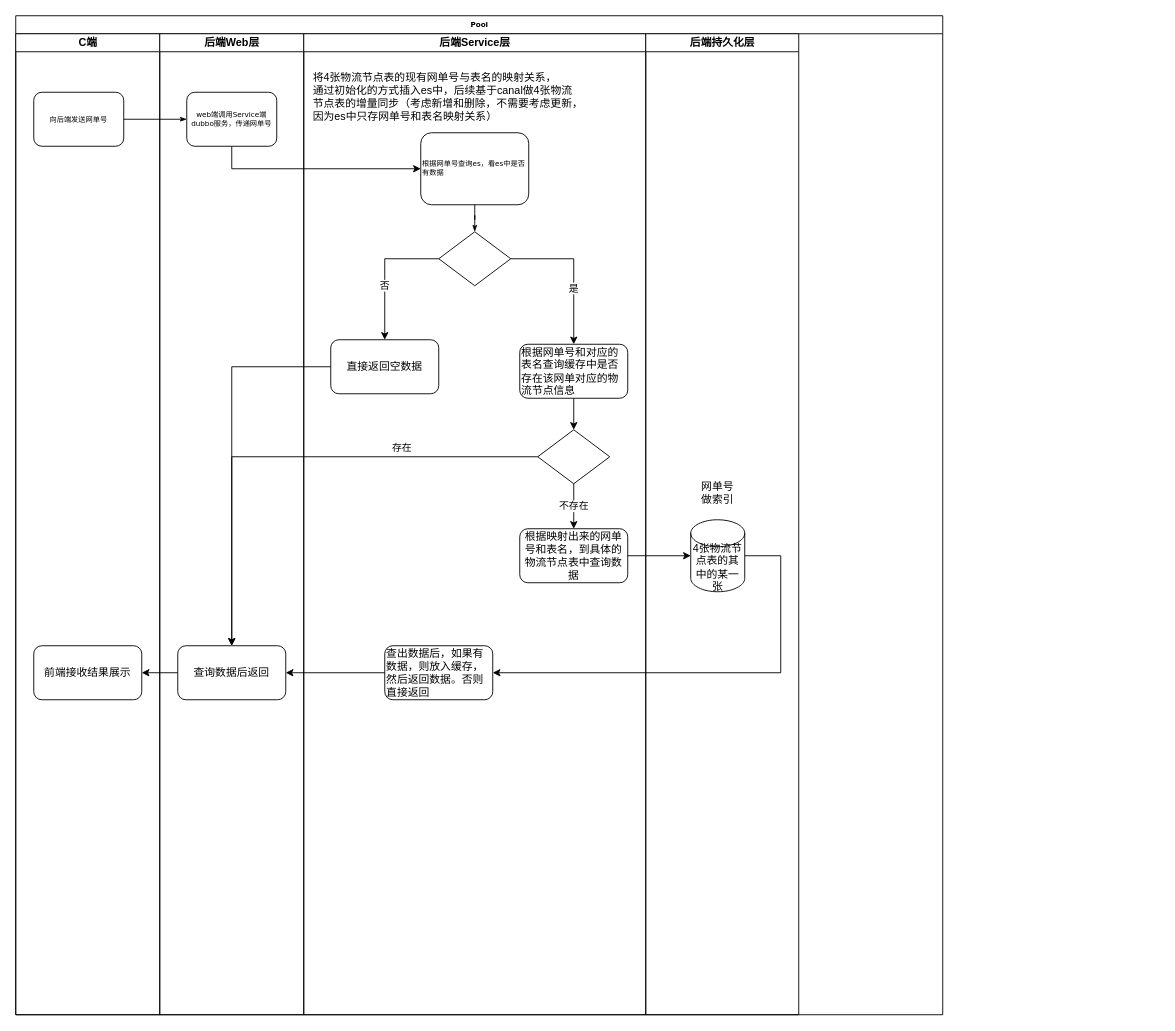
Above: shop/Untitled Diagram.drawio in pin062788/workflow-picture (draw.io), before the change. Source tidied: cells renumbered, new cells numbered last; positions are measured from the earlier drawing's top-left corner, leaving out a move shared by most shapes. Both pictures are drawn from the tidied source at 90%, with x=0, y=0 at pixel (15, 15).
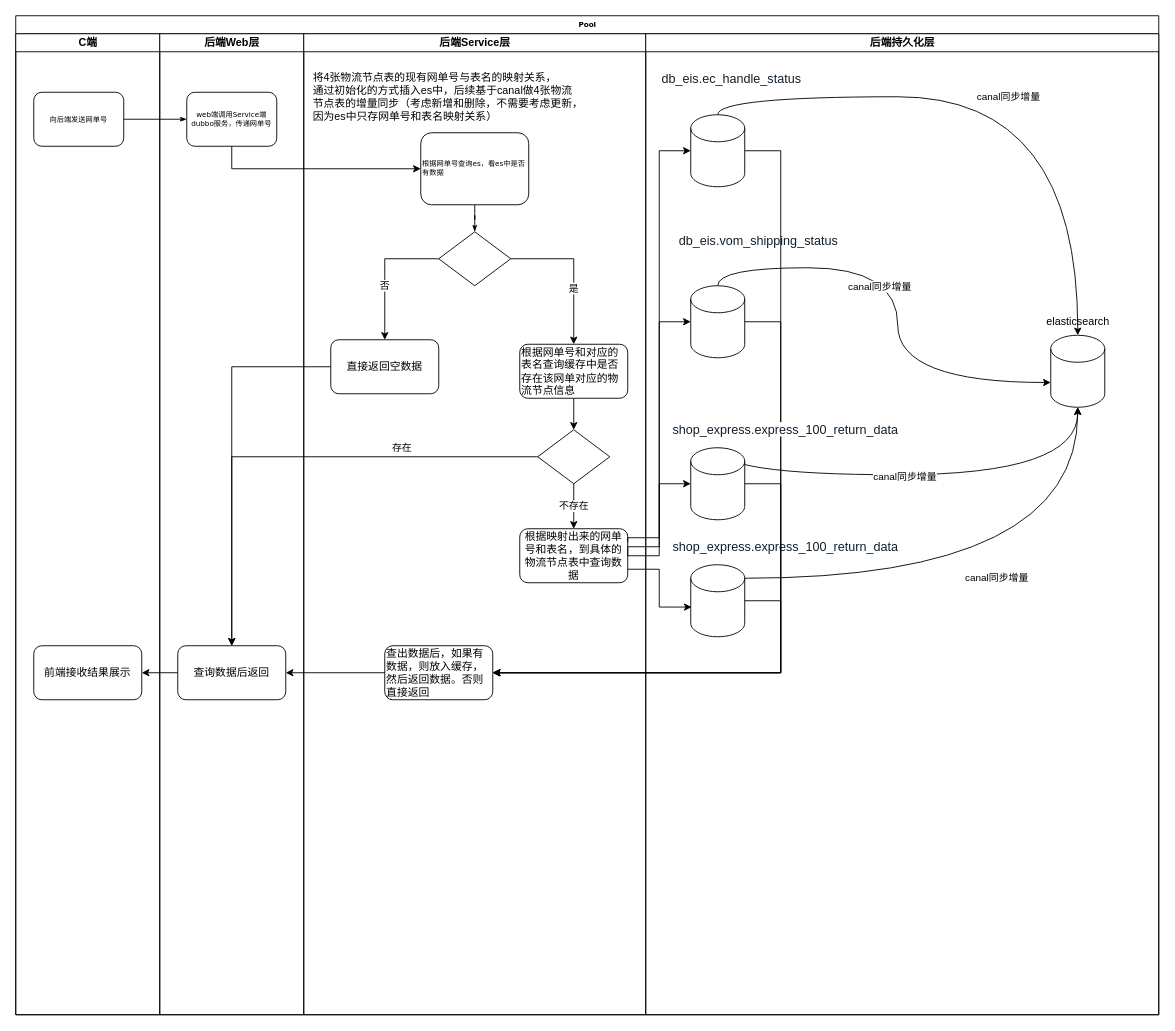
The same page after the edit.

Commit message:
增加搜索引擎同步图

The change refers to these unchanged cells:
```xml
<mxCell id="20" value="查出数据后，如果有数据，则放入缓存，然后返回数据。否则直接返回" style="rounded=1;whiteSpace=wrap;html=1;align=left;" parent="10" vertex="1">
  <mxGeometry x="90" y="680" width="120" height="60" as="geometry" />
</mxCell>
<mxCell id="21" value="&lt;span&gt;根据映射出来的网单号和表名，&lt;/span&gt;&lt;span style=&quot;text-align: left&quot;&gt;到具体的物流节点表中查询数据&lt;/span&gt;" style="rounded=1;whiteSpace=wrap;html=1;" parent="10" vertex="1">
  <mxGeometry x="240" y="550" width="120" height="60" as="geometry" />
</mxCell>
```

The edit, as a diff of the source:
```diff
@@
     <mxCell id="2" value="Pool" style="swimlane;html=1;startSize=20;rounded=0;shadow=0;labelBackgroundColor=none;strokeWidth=1;fontFamily=Verdana;fontSize=8;align=center;" parent="1" vertex="1">
-      <mxGeometry width="1030" height="1110" as="geometry" />
+      <mxGeometry width="1270" height="1110" as="geometry" />
     </mxCell>
@@
     <mxCell id="24" value="后端持久化层" style="swimlane;html=1;startSize=20;" parent="2" vertex="1">
-      <mxGeometry x="700" y="20" width="170" height="1090" as="geometry" />
+      <mxGeometry x="700" y="20" width="570" height="1090" as="geometry" />
     </mxCell>
+    <mxCell id="34" style="rounded=0;jettySize=auto;html=1;exitX=0.5;exitY=0;exitDx=0;exitDy=0;exitPerimeter=0;entryX=0;entryY=0;entryDx=0;entryDy=52.5;entryPerimeter=0;edgeStyle=orthogonalEdgeStyle;elbow=vertical;curved=1;" parent="24" edge="1" source="25" target="46">
+      <mxGeometry relative="1" as="geometry" />
+    </mxCell>
+    <mxCell id="35" value="canal同步增量" style="edgeLabel;html=1;align=center;verticalAlign=middle;" parent="34" vertex="1">
+      <mxGeometry x="-0.23" y="-20" relative="1" as="geometry" />
+    </mxCell>
-    <mxCell id="25" value="4张物流节点表的其中的某一张" style="shape=cylinder3;whiteSpace=wrap;html=1;boundedLbl=1;backgroundOutline=1;size=15;" parent="24" vertex="1">
-      <mxGeometry x="50" y="540" width="60" height="80" as="geometry" />
+    <mxCell id="25" style="shape=cylinder3;whiteSpace=wrap;html=1;boundedLbl=1;backgroundOutline=1;size=15;" parent="24" vertex="1">
+      <mxGeometry x="50" y="280" width="60" height="80" as="geometry" />
     </mxCell>
-    <mxCell id="26" value="网单号做索引" style="text;html=1;strokeColor=none;fillColor=none;align=center;verticalAlign=middle;whiteSpace=wrap;rounded=0;" parent="24" vertex="1">
-      <mxGeometry x="60" y="500" width="40" height="20" as="geometry" />
-    </mxCell>
+    <mxCell id="36" value="canal同步增量" style="edgeStyle=orthogonalEdgeStyle;rounded=0;jettySize=auto;html=1;exitX=0.5;exitY=0;exitDx=0;exitDy=0;exitPerimeter=0;entryX=0.5;entryY=0;entryDx=0;entryDy=0;entryPerimeter=0;curved=1;" parent="24" edge="1" source="37" target="46">
+      <mxGeometry relative="1" as="geometry" />
+    </mxCell>
+    <mxCell id="37" style="shape=cylinder3;whiteSpace=wrap;html=1;boundedLbl=1;backgroundOutline=1;size=15;" parent="24" vertex="1">
+      <mxGeometry x="50" y="90" width="60" height="80" as="geometry" />
+    </mxCell>
+    <mxCell id="38" value="&lt;span style=&quot;color: rgb(17 , 31 , 44) ; font-family: , , &amp;#34;pingfang sc&amp;#34; , &amp;#34;hiragino sans gb&amp;#34; , &amp;#34;segoe ui&amp;#34; , , &amp;#34;roboto&amp;#34; , &amp;#34;droid sans&amp;#34; , &amp;#34;helvetica neue&amp;#34; , sans-serif ; font-size: 14px ; text-align: left ; background-color: rgb(255 , 255 , 255)&quot;&gt;db_eis.ec_handle_status&lt;/span&gt;" style="text;html=1;align=center;verticalAlign=middle;strokeColor=none;" parent="24" vertex="1">
+      <mxGeometry x="10" y="40" width="170" height="20" as="geometry" />
+    </mxCell>
+    <mxCell id="39" value="&lt;span style=&quot;color: rgb(17 , 31 , 44) ; font-family: , , &amp;#34;pingfang sc&amp;#34; , &amp;#34;hiragino sans gb&amp;#34; , &amp;#34;segoe ui&amp;#34; , , &amp;#34;roboto&amp;#34; , &amp;#34;droid sans&amp;#34; , &amp;#34;helvetica neue&amp;#34; , sans-serif ; font-size: 14px ; text-align: left ; background-color: rgb(255 , 255 , 255)&quot;&gt;db_eis.vom_shipping_status&lt;/span&gt;" style="text;html=1;align=center;verticalAlign=middle;strokeColor=none;" parent="24" vertex="1">
+      <mxGeometry x="30" y="220" width="190" height="20" as="geometry" />
+    </mxCell>
+    <mxCell id="40" style="edgeStyle=orthogonalEdgeStyle;curved=1;rounded=0;jettySize=auto;html=1;exitX=0.5;exitY=0;exitDx=0;exitDy=0;exitPerimeter=0;entryX=0.5;entryY=1;entryDx=0;entryDy=0;entryPerimeter=0;" parent="24" edge="1" source="42" target="46">
+      <mxGeometry relative="1" as="geometry">
+        <Array as="points">
+          <mxPoint x="80" y="490" />
+          <mxPoint x="480" y="490" />
+        </Array>
+      </mxGeometry>
+    </mxCell>
+    <mxCell id="41" value="canal同步增量" style="edgeLabel;html=1;align=center;verticalAlign=middle;" parent="40" vertex="1">
+      <mxGeometry x="-0.06" y="-1" relative="1" as="geometry" />
+    </mxCell>
+    <mxCell id="42" style="shape=cylinder3;whiteSpace=wrap;html=1;boundedLbl=1;backgroundOutline=1;size=15;" parent="24" vertex="1">
+      <mxGeometry x="50" y="460" width="60" height="80" as="geometry" />
+    </mxCell>
+    <mxCell id="43" value="canal同步增量" style="edgeStyle=orthogonalEdgeStyle;curved=1;rounded=0;jettySize=auto;html=1;exitX=1;exitY=0;exitDx=0;exitDy=15;exitPerimeter=0;" parent="24" edge="1" source="44" target="46">
+      <mxGeometry relative="1" as="geometry" />
+    </mxCell>
+    <mxCell id="44" style="shape=cylinder3;whiteSpace=wrap;html=1;boundedLbl=1;backgroundOutline=1;size=15;" parent="24" vertex="1">
+      <mxGeometry x="50" y="590" width="60" height="80" as="geometry" />
+    </mxCell>
+    <mxCell id="45" value="&lt;span style=&quot;color: rgb(17 , 31 , 44) ; font-family: , , &amp;#34;pingfang sc&amp;#34; , &amp;#34;hiragino sans gb&amp;#34; , &amp;#34;segoe ui&amp;#34; , , &amp;#34;roboto&amp;#34; , &amp;#34;droid sans&amp;#34; , &amp;#34;helvetica neue&amp;#34; , sans-serif ; font-size: 14px ; text-align: left ; background-color: rgb(255 , 255 , 255)&quot;&gt;shop_express.express_100_return_data&lt;/span&gt;" style="text;html=1;align=center;verticalAlign=middle;strokeColor=none;" parent="24" vertex="1">
+      <mxGeometry x="20" y="560" width="270" height="20" as="geometry" />
+    </mxCell>
+    <mxCell id="46" style="shape=cylinder3;whiteSpace=wrap;html=1;boundedLbl=1;backgroundOutline=1;size=15;" parent="24" vertex="1">
+      <mxGeometry x="450" y="335" width="60" height="80" as="geometry" />
+    </mxCell>
+    <mxCell id="47" value="elasticsearch" style="text;html=1;align=center;verticalAlign=middle;strokeColor=none;" parent="24" vertex="1">
+      <mxGeometry x="435" y="310" width="90" height="20" as="geometry" />
+    </mxCell>
@@
     <mxCell id="28" style="edgeStyle=orthogonalEdgeStyle;rounded=0;jettySize=auto;html=1;exitX=1;exitY=0.5;exitDx=0;exitDy=0;exitPerimeter=0;entryX=1;entryY=0.5;entryDx=0;entryDy=0;" parent="2" edge="1" source="25" target="20">
       <mxGeometry relative="1" as="geometry">
         <Array as="points">
-          <mxPoint x="850" y="600" />
+          <mxPoint x="850" y="340" />
           <mxPoint x="850" y="730" />
         </Array>
       </mxGeometry>
     </mxCell>
@@
     <mxCell id="31" style="edgeStyle=orthogonalEdgeStyle;rounded=0;jettySize=auto;html=1;exitX=1;exitY=0.5;exitDx=0;exitDy=0;entryX=0;entryY=0.5;entryDx=0;entryDy=0;entryPerimeter=0;" parent="2" edge="1" source="21" target="25">
-      <mxGeometry relative="1" as="geometry" />
+      <mxGeometry relative="1" as="geometry">
+        <Array as="points">
+          <mxPoint x="680" y="590" />
+          <mxPoint x="715" y="590" />
+          <mxPoint x="715" y="340" />
+        </Array>
+      </mxGeometry>
     </mxCell>
@@
+    <mxCell id="48" style="edgeStyle=orthogonalEdgeStyle;rounded=0;jettySize=auto;html=1;exitX=1;exitY=0.25;exitDx=0;exitDy=0;entryX=0;entryY=0.5;entryDx=0;entryDy=0;entryPerimeter=0;" parent="2" edge="1" source="21" target="37">
+      <mxGeometry relative="1" as="geometry">
+        <Array as="points">
+          <mxPoint x="680" y="580" />
+          <mxPoint x="715" y="580" />
+          <mxPoint x="715" y="150" />
+        </Array>
+      </mxGeometry>
+    </mxCell>
+    <mxCell id="49" style="edgeStyle=orthogonalEdgeStyle;rounded=0;jettySize=auto;html=1;exitX=1;exitY=0.5;exitDx=0;exitDy=0;exitPerimeter=0;entryX=1;entryY=0.5;entryDx=0;entryDy=0;" parent="2" edge="1" source="37" target="20">
+      <mxGeometry relative="1" as="geometry">
+        <Array as="points">
+          <mxPoint x="850" y="150" />
+          <mxPoint x="850" y="730" />
+        </Array>
+      </mxGeometry>
+    </mxCell>
+    <mxCell id="50" style="edgeStyle=orthogonalEdgeStyle;rounded=0;jettySize=auto;html=1;exitX=1;exitY=0.5;exitDx=0;exitDy=0;entryX=0;entryY=0.5;entryDx=0;entryDy=0;entryPerimeter=0;" parent="2" edge="1" source="21" target="42">
+      <mxGeometry relative="1" as="geometry" />
+    </mxCell>
+    <mxCell id="51" style="edgeStyle=orthogonalEdgeStyle;rounded=0;jettySize=auto;html=1;exitX=1;exitY=0.75;exitDx=0;exitDy=0;entryX=0.017;entryY=0.588;entryDx=0;entryDy=0;entryPerimeter=0;" parent="2" edge="1" source="21" target="44">
+      <mxGeometry relative="1" as="geometry" />
+    </mxCell>
+    <mxCell id="52" style="edgeStyle=orthogonalEdgeStyle;rounded=0;jettySize=auto;html=1;exitX=1;exitY=0.5;exitDx=0;exitDy=0;exitPerimeter=0;entryX=1;entryY=0.5;entryDx=0;entryDy=0;" parent="2" edge="1" source="42" target="20">
+      <mxGeometry relative="1" as="geometry">
+        <Array as="points">
+          <mxPoint x="850" y="520" />
+          <mxPoint x="850" y="730" />
+        </Array>
+      </mxGeometry>
+    </mxCell>
+    <mxCell id="53" style="edgeStyle=orthogonalEdgeStyle;rounded=0;jettySize=auto;html=1;exitX=1;exitY=0.5;exitDx=0;exitDy=0;exitPerimeter=0;entryX=1;entryY=0.5;entryDx=0;entryDy=0;" parent="2" edge="1" source="44" target="20">
+      <mxGeometry relative="1" as="geometry">
+        <Array as="points">
+          <mxPoint x="850" y="650" />
+          <mxPoint x="850" y="730" />
+        </Array>
+      </mxGeometry>
+    </mxCell>
+    <mxCell id="54" value="&lt;span style=&quot;color: rgb(17 , 31 , 44) ; font-family: , , &amp;#34;pingfang sc&amp;#34; , &amp;#34;hiragino sans gb&amp;#34; , &amp;#34;segoe ui&amp;#34; , , &amp;#34;roboto&amp;#34; , &amp;#34;droid sans&amp;#34; , &amp;#34;helvetica neue&amp;#34; , sans-serif ; font-size: 14px ; text-align: left ; background-color: rgb(255 , 255 , 255)&quot;&gt;shop_express.express_100_return_data&lt;/span&gt;" style="text;html=1;align=center;verticalAlign=middle;strokeColor=none;" parent="1" vertex="1">
+      <mxGeometry x="720" y="450" width="270" height="20" as="geometry" />
+    </mxCell>
```
